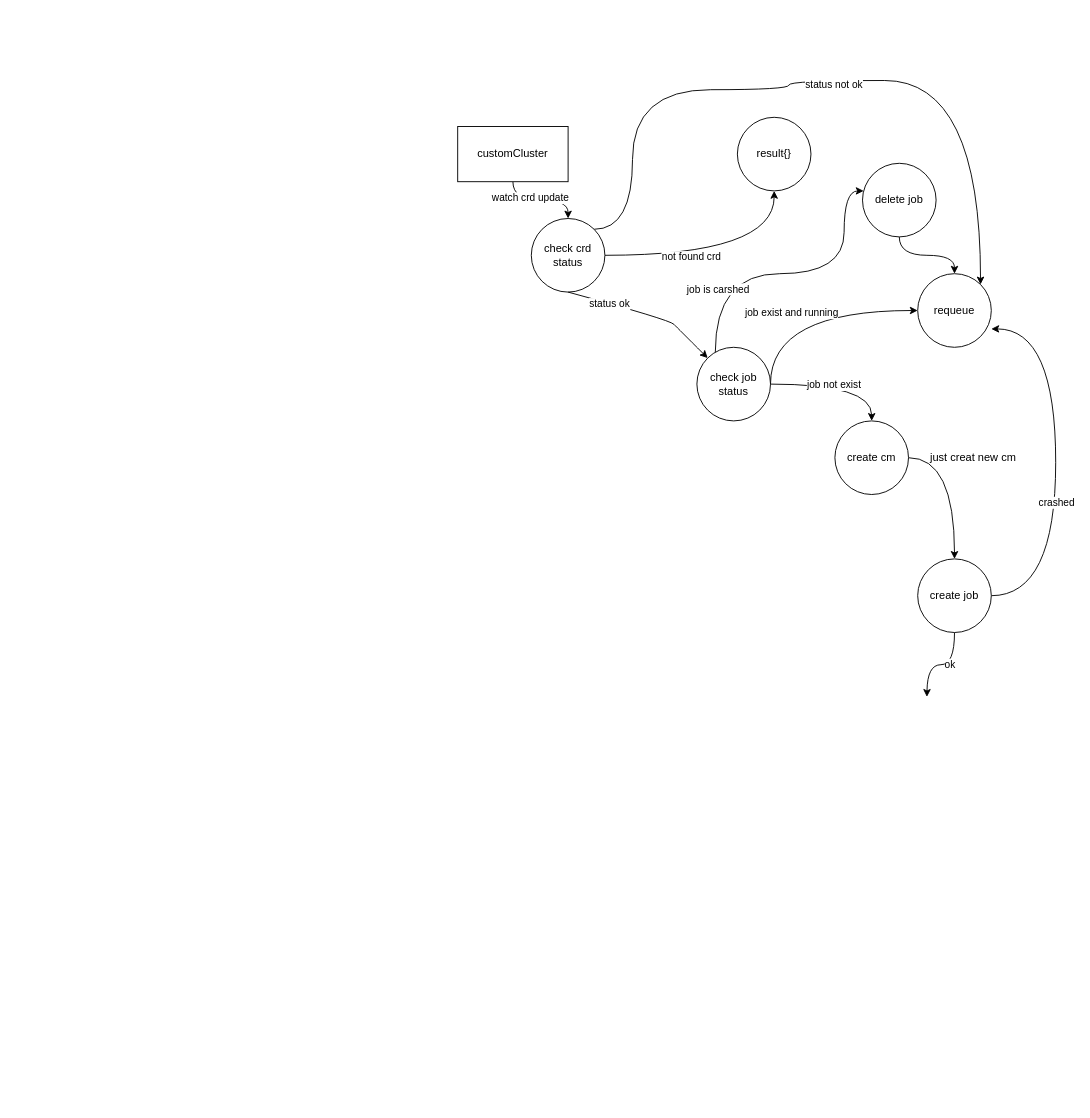
The draw.io diagram 未命名绘图.drawio in Xieql/kurator, before the edit. Source tidied: cells renumbered, new cells numbered last; positions are measured from the earlier drawing's top-left corner, leaving out a move shared by most shapes. Both pictures are drawn from the tidied source at 92%, with x=0, y=0 at pixel (457, 80).
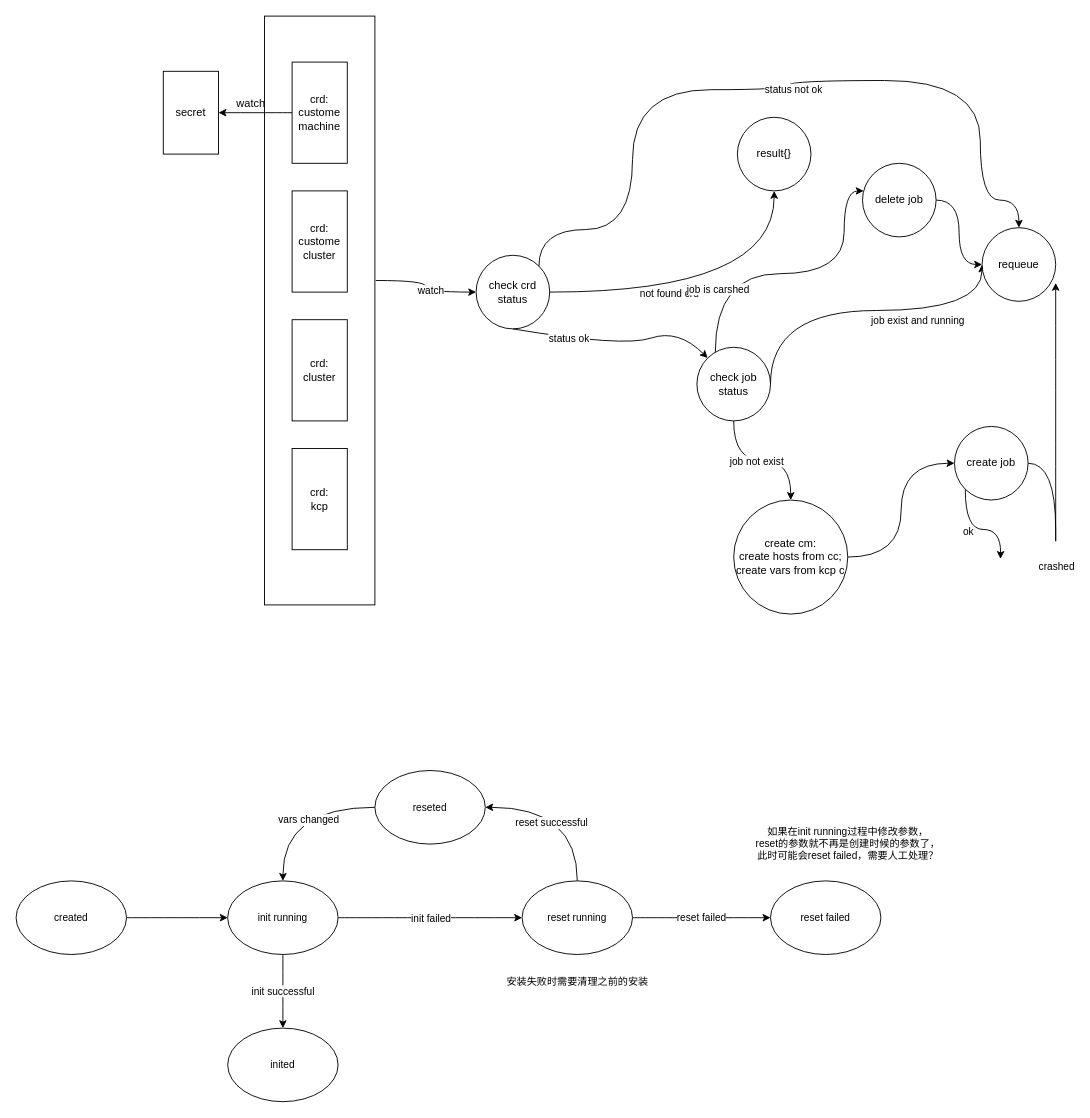
After the change.

Commit message:
更新未命名绘图.drawio

Unchanged cells that the change refers to:
```xml
<mxCell id="10" style="edgeStyle=orthogonalEdgeStyle;rounded=0;jettySize=auto;html=1;entryX=0;entryY=0.5;entryDx=0;entryDy=0;curved=1;" parent="1" edge="1" source="14" target="22">
  <mxGeometry relative="1" as="geometry">
    <Array as="points">
      <mxPoint x="340" y="250" />
    </Array>
  </mxGeometry>
</mxCell>
<mxCell id="14" value="check job status" style="ellipse;whiteSpace=wrap;html=1;" parent="1" vertex="1">
  <mxGeometry x="260" y="290" width="80" height="80" as="geometry" />
</mxCell>
```

What changed in the source:
```diff
@@
+    <mxCell id="31" style="rounded=0;whiteSpace=wrap;html=1;" parent="1" vertex="1">
+      <mxGeometry x="-210" y="-70" width="120" height="640" as="geometry" />
+    </mxCell>
@@
-    <mxCell id="5" style="edgeStyle=orthogonalEdgeStyle;curved=1;rounded=0;jettySize=auto;html=1;entryX=1;entryY=0;entryDx=0;entryDy=0;exitX=1;exitY=0;exitDx=0;exitDy=0;" parent="1" edge="1" source="7" target="22">
+    <mxCell id="5" style="edgeStyle=orthogonalEdgeStyle;curved=1;rounded=0;jettySize=auto;html=1;exitX=1;exitY=0;exitDx=0;exitDy=0;entryX=0.5;entryY=0;entryDx=0;entryDy=0;" parent="1" edge="1" source="7" target="22">
       <mxGeometry relative="1" as="geometry">
         <Array as="points">
+          <mxPoint x="88" y="162" />
           <mxPoint x="190" y="162" />
           <mxPoint x="190" y="10" />
           <mxPoint x="360" y="10" />
           <mxPoint x="360" />
           <mxPoint x="568" />
+          <mxPoint x="568" y="130" />
+          <mxPoint x="610" y="130" />
         </Array>
       </mxGeometry>
     </mxCell>
@@
     <mxCell id="7" value="check crd status" style="ellipse;whiteSpace=wrap;html=1;" parent="1" vertex="1">
-      <mxGeometry x="80" y="150" width="80" height="80" as="geometry" />
+      <mxGeometry x="20" y="190" width="80" height="80" as="geometry" />
     </mxCell>
@@
     <mxCell id="11" value="job exist and running" style="edgeLabel;html=1;align=center;verticalAlign=middle;" parent="10" vertex="1">
-      <mxGeometry x="-0.15" y="-2" relative="1" as="geometry" />
+      <mxGeometry x="0.33" y="-10" relative="1" as="geometry" />
     </mxCell>
@@
-    <mxCell id="15" style="edgeStyle=orthogonalEdgeStyle;curved=1;rounded=0;jettySize=auto;html=1;" parent="1" edge="1" source="19">
+    <mxCell id="15" style="edgeStyle=orthogonalEdgeStyle;curved=1;rounded=0;jettySize=auto;html=1;exitX=0;exitY=1;exitDx=0;exitDy=0;" parent="1" edge="1" source="19">
       <mxGeometry relative="1" as="geometry">
-        <mxPoint x="510" y="670" as="targetPoint" />
+        <mxPoint x="590" y="520" as="targetPoint" />
       </mxGeometry>
     </mxCell>
@@
     <mxCell id="19" value="create job" style="ellipse;whiteSpace=wrap;html=1;" parent="1" vertex="1">
-      <mxGeometry x="500" y="520" width="80" height="80" as="geometry" />
+      <mxGeometry x="540" y="376" width="80" height="80" as="geometry" />
     </mxCell>
     <mxCell id="20" style="curved=1;endArrow=classic;html=1;rounded=0;exitX=0.5;exitY=1;exitDx=0;exitDy=0;" parent="1" edge="1" source="7" target="14">
       <mxGeometry relative="1" as="geometry">
         <Array as="points">
-          <mxPoint x="230" y="260" />
+          <mxPoint x="180" y="290" />
           <mxPoint x="240" y="270" />
         </Array>
       </mxGeometry>
     </mxCell>
@@
     <mxCell id="22" value="requeue" style="ellipse;whiteSpace=wrap;html=1;" parent="1" vertex="1">
-      <mxGeometry x="500" y="210" width="80" height="80" as="geometry" />
+      <mxGeometry x="570" y="160" width="80" height="80" as="geometry" />
     </mxCell>
@@
-    <mxCell id="24" value="create cm" style="ellipse;whiteSpace=wrap;html=1;" parent="1" vertex="1">
-      <mxGeometry x="410" y="370" width="80" height="80" as="geometry" />
+    <mxCell id="24" value="create cm:&lt;br&gt;create hosts from cc;&lt;br&gt;create vars from kcp c" style="ellipse;whiteSpace=wrap;html=1;" parent="1" vertex="1">
+      <mxGeometry x="300" y="456" width="124" height="124" as="geometry" />
     </mxCell>
-    <mxCell id="25" value="just creat new cm" style="text;html=1;align=center;verticalAlign=middle;strokeColor=none;fillColor=none;" parent="1" vertex="1">
-      <mxGeometry x="500" y="395" width="120" height="30" as="geometry" />
-    </mxCell>
@@
-    <mxCell id="28" style="edgeStyle=orthogonalEdgeStyle;curved=1;rounded=0;jettySize=auto;html=1;" parent="1" edge="1" source="30" target="7">
+    <mxCell id="28" style="edgeStyle=orthogonalEdgeStyle;curved=1;rounded=0;jettySize=auto;html=1;exitX=1.008;exitY=0.449;exitDx=0;exitDy=0;exitPerimeter=0;" parent="1" edge="1" source="31" target="7">
       <mxGeometry relative="1" as="geometry" />
     </mxCell>
-    <mxCell id="29" value="watch crd update" style="edgeLabel;html=1;align=center;verticalAlign=middle;" parent="28" vertex="1">
-      <mxGeometry x="-0.25" y="3" relative="1" as="geometry" />
-    </mxCell>
-    <mxCell id="30" value="customCluster" style="rounded=0;whiteSpace=wrap;html=1;" parent="1" vertex="1">
-      <mxGeometry y="50" width="120" height="60" as="geometry" />
-    </mxCell>
+    <mxCell id="32" value="watch" style="edgeLabel;html=1;align=center;verticalAlign=middle;" parent="28" vertex="1">
+      <mxGeometry x="0.19" y="2" relative="1" as="geometry" />
+    </mxCell>
+    <mxCell id="33" style="edgeStyle=orthogonalEdgeStyle;curved=1;rounded=0;jettySize=auto;html=1;entryX=1;entryY=0.5;entryDx=0;entryDy=0;" parent="1" edge="1" source="34" target="37">
+      <mxGeometry relative="1" as="geometry" />
+    </mxCell>
+    <mxCell id="34" value="crd:&lt;br&gt;custome machine" style="rounded=0;whiteSpace=wrap;html=1;" parent="1" vertex="1">
+      <mxGeometry x="-180" y="-20" width="60" height="110" as="geometry" />
+    </mxCell>
+    <mxCell id="35" value="crd:&lt;br&gt;custome cluster" style="rounded=0;whiteSpace=wrap;html=1;" parent="1" vertex="1">
+      <mxGeometry x="-180" y="120" width="60" height="110" as="geometry" />
+    </mxCell>
+    <mxCell id="36" value="crd:&lt;br&gt;cluster" style="rounded=0;whiteSpace=wrap;html=1;" parent="1" vertex="1">
+      <mxGeometry x="-180" y="260" width="60" height="110" as="geometry" />
+    </mxCell>
+    <mxCell id="37" value="secret" style="rounded=0;whiteSpace=wrap;html=1;" parent="1" vertex="1">
+      <mxGeometry x="-320" y="-10" width="60" height="90" as="geometry" />
+    </mxCell>
+    <mxCell id="38" value="watch" style="text;html=1;align=center;verticalAlign=middle;strokeColor=none;fillColor=none;" parent="1" vertex="1">
+      <mxGeometry x="-250" y="10" width="50" height="30" as="geometry" />
+    </mxCell>
+    <mxCell id="39" value="crd:&lt;br&gt;kcp" style="rounded=0;whiteSpace=wrap;html=1;" parent="1" vertex="1">
+      <mxGeometry x="-180" y="400" width="60" height="110" as="geometry" />
+    </mxCell>
+    <mxCell id="40" style="edgeStyle=orthogonalEdgeStyle;shape=connector;curved=1;rounded=0;jettySize=auto;html=1;labelBackgroundColor=default;strokeColor=default;fontFamily=Helvetica;fontSize=11;fontColor=default;endArrow=classic;" parent="1" edge="1" source="43" target="49">
+      <mxGeometry relative="1" as="geometry" />
+    </mxCell>
+    <mxCell id="41" value="&lt;span style=&quot;background-color: rgb(251, 251, 251);&quot;&gt;init failed&lt;/span&gt;" style="edgeLabel;html=1;align=center;verticalAlign=middle;fontSize=11;fontFamily=Helvetica;fontColor=default;" parent="40" vertex="1">
+      <mxGeometry x="-0.29" y="-3" relative="1" as="geometry">
+        <mxPoint x="29" y="-3" as="offset" />
+      </mxGeometry>
+    </mxCell>
+    <mxCell id="42" value="init successful" style="edgeStyle=orthogonalEdgeStyle;shape=connector;curved=1;rounded=0;jettySize=auto;html=1;labelBackgroundColor=default;strokeColor=default;fontFamily=Helvetica;fontSize=11;fontColor=default;endArrow=classic;" parent="1" edge="1" source="43" target="50">
+      <mxGeometry relative="1" as="geometry" />
+    </mxCell>
+    <mxCell id="43" value="init running" style="ellipse;whiteSpace=wrap;html=1;fontFamily=Helvetica;fontSize=11;fontColor=default;" parent="1" vertex="1">
+      <mxGeometry x="-250" y="870" width="120" height="80" as="geometry" />
+    </mxCell>
+    <mxCell id="44" style="edgeStyle=orthogonalEdgeStyle;shape=connector;curved=1;rounded=0;jettySize=auto;html=1;labelBackgroundColor=default;strokeColor=default;fontFamily=Helvetica;fontSize=11;fontColor=default;endArrow=classic;" parent="1" edge="1" source="45" target="43">
+      <mxGeometry relative="1" as="geometry" />
+    </mxCell>
+    <mxCell id="45" value="created" style="ellipse;whiteSpace=wrap;html=1;fontFamily=Helvetica;fontSize=11;fontColor=default;" parent="1" vertex="1">
+      <mxGeometry x="-480" y="870" width="120" height="80" as="geometry" />
+    </mxCell>
+    <mxCell id="46" value="reset failed" style="edgeStyle=orthogonalEdgeStyle;shape=connector;curved=1;rounded=0;jettySize=auto;html=1;labelBackgroundColor=default;strokeColor=default;fontFamily=Helvetica;fontSize=11;fontColor=default;endArrow=classic;" parent="1" edge="1" source="49" target="51">
+      <mxGeometry relative="1" as="geometry" />
+    </mxCell>
+    <mxCell id="47" style="edgeStyle=orthogonalEdgeStyle;shape=connector;curved=1;rounded=0;jettySize=auto;html=1;entryX=1;entryY=0.5;entryDx=0;entryDy=0;labelBackgroundColor=default;strokeColor=default;fontFamily=Helvetica;fontSize=11;fontColor=default;endArrow=classic;exitX=0.5;exitY=0;exitDx=0;exitDy=0;" parent="1" edge="1" source="49" target="55">
+      <mxGeometry relative="1" as="geometry" />
+    </mxCell>
+    <mxCell id="48" value="reset successful" style="edgeLabel;html=1;align=center;verticalAlign=middle;fontSize=11;fontFamily=Helvetica;fontColor=default;" parent="47" vertex="1">
+      <mxGeometry x="0.21" y="16" relative="1" as="geometry" />
+    </mxCell>
+    <mxCell id="49" value="reset running" style="ellipse;whiteSpace=wrap;html=1;fontFamily=Helvetica;fontSize=11;fontColor=default;" parent="1" vertex="1">
+      <mxGeometry x="70" y="870" width="120" height="80" as="geometry" />
+    </mxCell>
+    <mxCell id="50" value="inited" style="ellipse;whiteSpace=wrap;html=1;fontFamily=Helvetica;fontSize=11;fontColor=default;" parent="1" vertex="1">
+      <mxGeometry x="-250" y="1030" width="120" height="80" as="geometry" />
+    </mxCell>
+    <mxCell id="51" value="reset failed" style="ellipse;whiteSpace=wrap;html=1;fontFamily=Helvetica;fontSize=11;fontColor=default;" parent="1" vertex="1">
+      <mxGeometry x="340" y="870" width="120" height="80" as="geometry" />
+    </mxCell>
+    <mxCell id="52" value="如果在init running过程中修改参数，&lt;br&gt;reset的参数就不再是创建时候的参数了，&lt;br&gt;此时可能会reset failed，需要人工处理？" style="text;html=1;align=center;verticalAlign=middle;strokeColor=none;fillColor=none;fontSize=11;fontFamily=Helvetica;fontColor=default;" parent="1" vertex="1">
+      <mxGeometry x="304" y="800" width="240" height="60" as="geometry" />
+    </mxCell>
+    <mxCell id="53" style="edgeStyle=orthogonalEdgeStyle;shape=connector;curved=1;rounded=0;jettySize=auto;html=1;labelBackgroundColor=default;strokeColor=default;fontFamily=Helvetica;fontSize=11;fontColor=default;endArrow=classic;" parent="1" edge="1" source="55" target="43">
+      <mxGeometry relative="1" as="geometry" />
+    </mxCell>
+    <mxCell id="54" value="vars changed" style="edgeLabel;html=1;align=center;verticalAlign=middle;fontSize=11;fontFamily=Helvetica;fontColor=default;" parent="53" vertex="1">
+      <mxGeometry x="-0.19" y="13" relative="1" as="geometry" />
+    </mxCell>
+    <mxCell id="55" value="reseted" style="ellipse;whiteSpace=wrap;html=1;fontFamily=Helvetica;fontSize=11;fontColor=default;" parent="1" vertex="1">
+      <mxGeometry x="-90" y="750" width="120" height="80" as="geometry" />
+    </mxCell>
+    <mxCell id="56" value="安装失败时需要清理之前的安装" style="text;html=1;align=center;verticalAlign=middle;strokeColor=none;fillColor=none;fontSize=11;fontFamily=Helvetica;fontColor=default;" parent="1" vertex="1">
+      <mxGeometry x="35" y="965" width="190" height="30" as="geometry" />
+    </mxCell>
```
